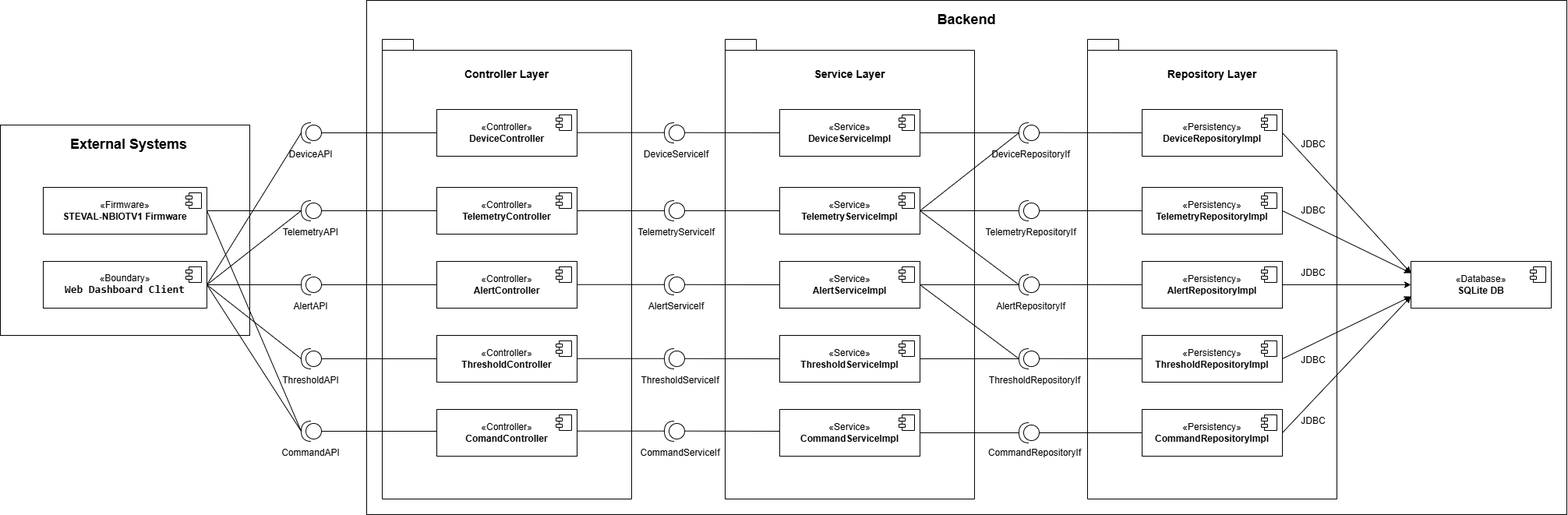
Above: Iterazione1/ComponentDiagram_v0.png in rob-bra/iot-sys (draw.io), before the change. Source tidied: cells renumbered, new cells last; positions are measured from the earlier drawing's top-left corner, leaving out a move shared by most shapes.
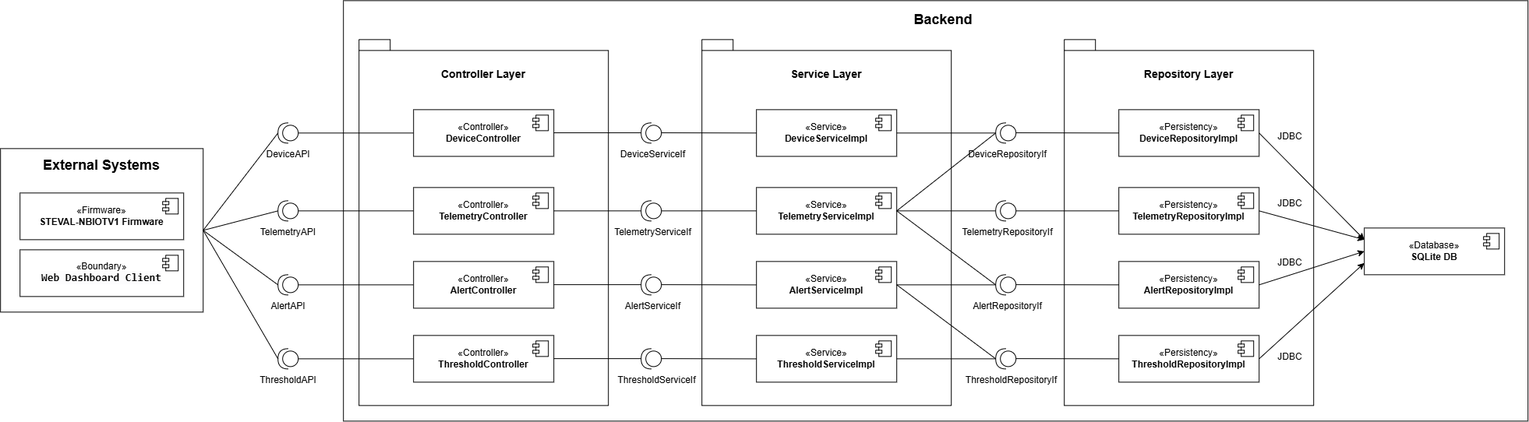
After the change.

Change to the diagram source:
```diff
@@ -3,10 +3,10 @@
     <mxCell id="0" />
     <mxCell id="1" parent="0" />
     <mxCell id="2" style="html=1;whiteSpace=wrap;align=center;" parent="1" vertex="1">
-      <mxGeometry x="470" width="1540" height="660" as="geometry" />
+      <mxGeometry x="470" width="1520" height="540" as="geometry" />
     </mxCell>
     <mxCell id="3" style="shape=folder;fontStyle=1;spacingTop=10;tabWidth=40;tabHeight=14;tabPosition=left;html=1;whiteSpace=wrap;" parent="1" vertex="1">
-      <mxGeometry x="490" y="50" width="320" height="590" as="geometry" />
+      <mxGeometry x="490" y="50" width="320" height="470" as="geometry" />
     </mxCell>
     <mxCell id="4" value="&lt;font style=&quot;font-size: 14px;&quot;&gt;Controller Layer&lt;/font&gt;" style="text;html=1;whiteSpace=wrap;strokeColor=none;fillColor=none;align=center;verticalAlign=middle;rounded=0;fontStyle=1;" parent="1" vertex="1">
       <mxGeometry x="590" y="80" width="120" height="30" as="geometry" />
@@ -27,14 +27,6 @@
         <mxPoint x="-27" y="7" as="offset" />
       </mxGeometry>
     </mxCell>
-    <mxCell id="9" value="&lt;div&gt;«Controller»&lt;/div&gt;&lt;b&gt;ComandController&lt;/b&gt;" style="html=1;whiteSpace=wrap;" parent="1" vertex="1">
-      <mxGeometry x="560" y="525" width="180" height="60" as="geometry" />
-    </mxCell>
-    <mxCell id="10" style="shape=module;jettyWidth=8;jettyHeight=4;" parent="9" vertex="1">
-      <mxGeometry x="1" width="20" height="20" relative="1" as="geometry">
-        <mxPoint x="-27" y="7" as="offset" />
-      </mxGeometry>
-    </mxCell>
     <mxCell id="11" value="&lt;div&gt;«Controller»&lt;/div&gt;&lt;b&gt;ThresholdController&lt;/b&gt;" style="html=1;whiteSpace=wrap;" parent="1" vertex="1">
       <mxGeometry x="560" y="430" width="180" height="60" as="geometry" />
     </mxCell>
@@ -52,7 +44,7 @@
       </mxGeometry>
     </mxCell>
     <mxCell id="15" style="shape=folder;fontStyle=1;spacingTop=10;tabWidth=40;tabHeight=14;tabPosition=left;html=1;whiteSpace=wrap;" parent="1" vertex="1">
-      <mxGeometry x="930" y="50" width="320" height="590" as="geometry" />
+      <mxGeometry x="930" y="50" width="320" height="470" as="geometry" />
     </mxCell>
     <mxCell id="16" value="&lt;div&gt;«Service»&lt;/div&gt;&lt;b&gt;TelemetryServiceImpl&lt;/b&gt;" style="html=1;whiteSpace=wrap;" parent="1" vertex="1">
       <mxGeometry x="1000" y="240" width="180" height="60" as="geometry" />
@@ -70,14 +62,6 @@
         <mxPoint x="-27" y="7" as="offset" />
       </mxGeometry>
     </mxCell>
-    <mxCell id="20" value="&lt;div&gt;«Service»&lt;/div&gt;&lt;b&gt;CommandServiceImpl&lt;/b&gt;" style="html=1;whiteSpace=wrap;" parent="1" vertex="1">
-      <mxGeometry x="1000" y="525" width="180" height="60" as="geometry" />
-    </mxCell>
-    <mxCell id="21" style="shape=module;jettyWidth=8;jettyHeight=4;" parent="20" vertex="1">
-      <mxGeometry x="1" width="20" height="20" relative="1" as="geometry">
-        <mxPoint x="-27" y="7" as="offset" />
-      </mxGeometry>
-    </mxCell>
     <mxCell id="22" value="&lt;div&gt;«Service»&lt;/div&gt;&lt;b&gt;ThresholdServiceImpl&lt;/b&gt;" style="html=1;whiteSpace=wrap;" parent="1" vertex="1">
       <mxGeometry x="1000" y="430" width="180" height="60" as="geometry" />
     </mxCell>
@@ -98,7 +82,7 @@
       <mxGeometry x="1030" y="80" width="120" height="30" as="geometry" />
     </mxCell>
     <mxCell id="27" style="shape=folder;fontStyle=1;spacingTop=10;tabWidth=40;tabHeight=14;tabPosition=left;html=1;whiteSpace=wrap;" parent="1" vertex="1">
-      <mxGeometry x="1395" y="50" width="320" height="590" as="geometry" />
+      <mxGeometry x="1395" y="50" width="320" height="470" as="geometry" />
     </mxCell>
     <mxCell id="28" value="&lt;div&gt;«Persistency»&lt;/div&gt;&lt;b&gt;TelemetryRepositoryImpl&lt;/b&gt;" style="html=1;whiteSpace=wrap;" parent="1" vertex="1">
       <mxGeometry x="1465" y="240" width="180" height="60" as="geometry" />
@@ -116,14 +100,6 @@
         <mxPoint x="-27" y="7" as="offset" />
       </mxGeometry>
     </mxCell>
-    <mxCell id="32" value="&lt;div&gt;«Persistency»&lt;/div&gt;&lt;b&gt;CommandRepositoryImpl&lt;/b&gt;" style="html=1;whiteSpace=wrap;" parent="1" vertex="1">
-      <mxGeometry x="1465" y="525" width="180" height="60" as="geometry" />
-    </mxCell>
-    <mxCell id="33" style="shape=module;jettyWidth=8;jettyHeight=4;" parent="32" vertex="1">
-      <mxGeometry x="1" width="20" height="20" relative="1" as="geometry">
-        <mxPoint x="-27" y="7" as="offset" />
-      </mxGeometry>
-    </mxCell>
     <mxCell id="34" value="&lt;div&gt;«Persistency»&lt;/div&gt;&lt;b&gt;ThresholdRepositoryImpl&lt;/b&gt;" style="html=1;whiteSpace=wrap;" parent="1" vertex="1">
       <mxGeometry x="1465" y="430" width="180" height="60" as="geometry" />
     </mxCell>
@@ -172,24 +148,6 @@
     <mxCell id="46" value="Device&lt;span style=&quot;background-color: transparent; color: light-dark(rgb(0, 0, 0), rgb(255, 255, 255));&quot;&gt;ServiceIf&lt;/span&gt;" style="text;html=1;whiteSpace=wrap;strokeColor=none;fillColor=none;align=center;verticalAlign=middle;rounded=0;" parent="1" vertex="1">
       <mxGeometry x="835" y="183" width="65" height="30" as="geometry" />
     </mxCell>
-    <mxCell id="47" style="shape=providedRequiredInterface;html=1;verticalLabelPosition=bottom;sketch=0;rotation=-180;strokeWidth=1;fontSize=12;" parent="1" vertex="1">
-      <mxGeometry x="852" y="540" width="26" height="26" as="geometry" />
-    </mxCell>
-    <mxCell id="48" style="endArrow=none;html=1;rounded=0;entryX=0;entryY=0.5;entryDx=0;entryDy=0;" parent="1" edge="1">
-      <mxGeometry relative="1" as="geometry">
-        <mxPoint x="878" y="552.7" as="sourcePoint" />
-        <mxPoint x="1000" y="553" as="targetPoint" />
-      </mxGeometry>
-    </mxCell>
-    <mxCell id="49" style="endArrow=none;html=1;rounded=0;entryX=1;entryY=0.5;entryDx=0;entryDy=0;entryPerimeter=0;exitX=1;exitY=0.5;exitDx=0;exitDy=0;" parent="1" edge="1">
-      <mxGeometry relative="1" as="geometry">
-        <mxPoint x="740" y="552.7" as="sourcePoint" />
-        <mxPoint x="852" y="552.7" as="targetPoint" />
-      </mxGeometry>
-    </mxCell>
-    <mxCell id="50" value="&lt;span style=&quot;background-color: transparent; color: light-dark(rgb(0, 0, 0), rgb(255, 255, 255));&quot;&gt;Command&lt;/span&gt;&lt;span style=&quot;background-color: transparent; color: light-dark(rgb(0, 0, 0), rgb(255, 255, 255));&quot;&gt;ServiceIf&lt;/span&gt;" style="text;html=1;whiteSpace=wrap;strokeColor=none;fillColor=none;align=center;verticalAlign=middle;rounded=0;" parent="1" vertex="1">
-      <mxGeometry x="835" y="566" width="75" height="30" as="geometry" />
-    </mxCell>
     <mxCell id="51" style="shape=providedRequiredInterface;html=1;verticalLabelPosition=bottom;sketch=0;rotation=-180;strokeWidth=1;fontSize=12;" parent="1" vertex="1">
       <mxGeometry x="852" y="447" width="26" height="26" as="geometry" />
     </mxCell>
@@ -252,18 +210,6 @@
     <mxCell id="66" value="DeviceRepository&lt;span style=&quot;background-color: transparent; color: light-dark(rgb(0, 0, 0), rgb(255, 255, 255));&quot;&gt;If&lt;/span&gt;" style="text;html=1;whiteSpace=wrap;strokeColor=none;fillColor=none;align=center;verticalAlign=middle;rounded=0;" parent="1" vertex="1">
       <mxGeometry x="1290" y="183" width="65" height="30" as="geometry" />
     </mxCell>
-    <mxCell id="67" style="shape=providedRequiredInterface;html=1;verticalLabelPosition=bottom;sketch=0;rotation=-180;strokeWidth=1;fontSize=12;" parent="1" vertex="1">
-      <mxGeometry x="1307" y="542" width="26" height="26" as="geometry" />
-    </mxCell>
-    <mxCell id="68" style="endArrow=none;html=1;rounded=0;entryX=0;entryY=0.5;entryDx=0;entryDy=0;exitX=0;exitY=0.5;exitDx=0;exitDy=0;exitPerimeter=0;" parent="1" edge="1" source="67" target="32">
-      <mxGeometry relative="1" as="geometry" />
-    </mxCell>
-    <mxCell id="69" style="endArrow=none;html=1;rounded=0;exitX=1;exitY=0.5;exitDx=0;exitDy=0;entryX=1;entryY=0.5;entryDx=0;entryDy=0;entryPerimeter=0;" parent="1" edge="1" source="20" target="67">
-      <mxGeometry relative="1" as="geometry" />
-    </mxCell>
-    <mxCell id="70" value="&lt;span style=&quot;background-color: transparent; color: light-dark(rgb(0, 0, 0), rgb(255, 255, 255));&quot;&gt;CommandRepository&lt;/span&gt;&lt;span style=&quot;background-color: transparent; color: light-dark(rgb(0, 0, 0), rgb(255, 255, 255));&quot;&gt;If&lt;/span&gt;" style="text;html=1;whiteSpace=wrap;strokeColor=none;fillColor=none;align=center;verticalAlign=middle;rounded=0;" parent="1" vertex="1">
-      <mxGeometry x="1290" y="566" width="75" height="30" as="geometry" />
-    </mxCell>
     <mxCell id="71" style="shape=providedRequiredInterface;html=1;verticalLabelPosition=bottom;sketch=0;rotation=-180;strokeWidth=1;fontSize=12;" parent="1" vertex="1">
       <mxGeometry x="1307" y="447" width="26" height="26" as="geometry" />
     </mxCell>
@@ -302,7 +248,7 @@
       <mxGeometry relative="1" as="geometry" />
     </mxCell>
     <mxCell id="82" value="&lt;div&gt;«Database»&lt;/div&gt;&lt;b&gt;SQLite DB&lt;/b&gt;" style="html=1;whiteSpace=wrap;" parent="1" vertex="1">
-      <mxGeometry x="1810" y="335" width="180" height="60" as="geometry" />
+      <mxGeometry x="1780" y="292" width="180" height="60" as="geometry" />
     </mxCell>
     <mxCell id="83" style="shape=module;jettyWidth=8;jettyHeight=4;" parent="82" vertex="1">
       <mxGeometry x="1" width="20" height="20" relative="1" as="geometry">
@@ -321,35 +267,29 @@
     <mxCell id="87" style="endArrow=classic;html=1;rounded=0;exitX=1;exitY=0.5;exitDx=0;exitDy=0;entryX=0;entryY=0.75;entryDx=0;entryDy=0;" parent="1" edge="1" source="34" target="82">
       <mxGeometry relative="1" as="geometry" />
     </mxCell>
-    <mxCell id="88" style="endArrow=classic;html=1;rounded=0;exitX=1;exitY=0.5;exitDx=0;exitDy=0;entryX=0;entryY=0.75;entryDx=0;entryDy=0;" parent="1" edge="1" source="32" target="82">
-      <mxGeometry relative="1" as="geometry" />
-    </mxCell>
     <mxCell id="89" value="JDBC" style="text;html=1;whiteSpace=wrap;strokeColor=none;fillColor=none;align=center;verticalAlign=middle;rounded=0;" parent="1" vertex="1">
-      <mxGeometry x="1655" y="170" width="60" height="30" as="geometry" />
+      <mxGeometry x="1655" y="160" width="60" height="30" as="geometry" />
     </mxCell>
-    <mxCell id="90" value="JDBC" style="text;html=1;whiteSpace=wrap;strokeColor=none;fillColor=none;align=center;verticalAlign=middle;rounded=0;" parent="1" vertex="1">
-      <mxGeometry x="1655" y="525" width="60" height="30" as="geometry" />
-    </mxCell>
     <mxCell id="91" value="JDBC" style="text;html=1;whiteSpace=wrap;strokeColor=none;fillColor=none;align=center;verticalAlign=middle;rounded=0;" parent="1" vertex="1">
-      <mxGeometry x="1655" y="447" width="60" height="30" as="geometry" />
+      <mxGeometry x="1655" y="443" width="60" height="30" as="geometry" />
     </mxCell>
     <mxCell id="92" value="JDBC" style="text;html=1;whiteSpace=wrap;strokeColor=none;fillColor=none;align=center;verticalAlign=middle;rounded=0;" parent="1" vertex="1">
-      <mxGeometry x="1655" y="255" width="60" height="30" as="geometry" />
+      <mxGeometry x="1655" y="246" width="60" height="30" as="geometry" />
     </mxCell>
     <mxCell id="93" value="JDBC" style="text;html=1;whiteSpace=wrap;strokeColor=none;fillColor=none;align=center;verticalAlign=middle;rounded=0;" parent="1" vertex="1">
-      <mxGeometry x="1655" y="335" width="60" height="30" as="geometry" />
+      <mxGeometry x="1655" y="322" width="60" height="30" as="geometry" />
     </mxCell>
     <mxCell id="94" value="&lt;font style=&quot;font-size: 18px;&quot;&gt;&lt;b&gt;Backend&lt;/b&gt;&lt;/font&gt;" style="text;html=1;whiteSpace=wrap;strokeColor=none;fillColor=none;align=center;verticalAlign=middle;rounded=0;" parent="1" vertex="1">
       <mxGeometry x="1210" y="10" width="60" height="30" as="geometry" />
     </mxCell>
     <mxCell id="95" style="rounded=0;whiteSpace=wrap;html=1;" parent="1" vertex="1">
-      <mxGeometry y="160" width="320" height="270" as="geometry" />
+      <mxGeometry x="30" y="190" width="260" height="210" as="geometry" />
     </mxCell>
     <mxCell id="96" value="&lt;font style=&quot;font-size: 18px;&quot;&gt;&lt;b&gt;External Systems&lt;/b&gt;&lt;/font&gt;" style="text;html=1;whiteSpace=wrap;strokeColor=none;fillColor=none;align=center;verticalAlign=middle;rounded=0;" parent="1" vertex="1">
-      <mxGeometry x="80" y="170" width="170" height="30" as="geometry" />
+      <mxGeometry x="75" y="197" width="170" height="30" as="geometry" />
     </mxCell>
     <mxCell id="97" value="&lt;div&gt;«Boundary»&lt;/div&gt;&lt;span style=&quot;color: rgb(0, 0, 0); font-family: monospace, monospace; font-size: 14px; text-align: start; background-color: rgb(252, 252, 253);&quot;&gt;&lt;b&gt;Web &lt;/b&gt;&lt;b&gt;Dashboard Client&lt;/b&gt;&lt;/span&gt;" style="html=1;whiteSpace=wrap;" parent="1" vertex="1">
-      <mxGeometry x="55" y="335" width="210" height="60" as="geometry" />
+      <mxGeometry x="55" y="320" width="210" height="60" as="geometry" />
     </mxCell>
     <mxCell id="98" style="shape=module;jettyWidth=8;jettyHeight=4;" parent="97" vertex="1">
       <mxGeometry x="1" width="20" height="20" relative="1" as="geometry">
@@ -357,7 +297,7 @@
       </mxGeometry>
     </mxCell>
     <mxCell id="99" value="&lt;div&gt;«Firmware»&lt;/div&gt;&lt;b&gt;STEVAL-NBIOTV1 Firmware&lt;/b&gt;" style="html=1;whiteSpace=wrap;" parent="1" vertex="1">
-      <mxGeometry x="55" y="240" width="210" height="60" as="geometry" />
+      <mxGeometry x="55" y="247" width="210" height="60" as="geometry" />
     </mxCell>
     <mxCell id="100" style="shape=module;jettyWidth=8;jettyHeight=4;" parent="99" vertex="1">
       <mxGeometry x="1" width="20" height="20" relative="1" as="geometry">
@@ -408,37 +348,17 @@
     <mxCell id="112" value="ThresholdAPI" style="text;html=1;whiteSpace=wrap;strokeColor=none;fillColor=none;align=center;verticalAlign=middle;rounded=0;" parent="1" vertex="1">
       <mxGeometry x="366.5" y="473" width="65" height="30" as="geometry" />
     </mxCell>
-    <mxCell id="113" style="shape=providedRequiredInterface;html=1;verticalLabelPosition=bottom;sketch=0;rotation=-180;strokeWidth=1;fontSize=12;" parent="1" vertex="1">
-      <mxGeometry x="386" y="540" width="26" height="26" as="geometry" />
-    </mxCell>
-    <mxCell id="114" style="endArrow=none;html=1;rounded=0;entryX=0;entryY=0.5;entryDx=0;entryDy=0;exitX=0;exitY=0.5;exitDx=0;exitDy=0;exitPerimeter=0;" parent="1" edge="1" source="113">
-      <mxGeometry relative="1" as="geometry">
-        <mxPoint x="560" y="553" as="targetPoint" />
-      </mxGeometry>
-    </mxCell>
-    <mxCell id="115" value="CommandAPI" style="text;html=1;whiteSpace=wrap;strokeColor=none;fillColor=none;align=center;verticalAlign=middle;rounded=0;" parent="1" vertex="1">
-      <mxGeometry x="366.5" y="566" width="65" height="30" as="geometry" />
-    </mxCell>
-    <mxCell id="116" style="endArrow=none;html=1;rounded=0;exitX=1;exitY=0.5;exitDx=0;exitDy=0;entryX=1;entryY=0.5;entryDx=0;entryDy=0;entryPerimeter=0;" parent="1" edge="1" source="99" target="113">
-      <mxGeometry relative="1" as="geometry" />
-    </mxCell>
-    <mxCell id="117" style="endArrow=none;html=1;rounded=0;exitX=1;exitY=0.5;exitDx=0;exitDy=0;entryX=1;entryY=0.5;entryDx=0;entryDy=0;entryPerimeter=0;" parent="1" edge="1" source="99" target="104">
-      <mxGeometry relative="1" as="geometry" />
-    </mxCell>
-    <mxCell id="118" style="endArrow=none;html=1;rounded=0;exitX=1;exitY=0.5;exitDx=0;exitDy=0;entryX=1;entryY=0.5;entryDx=0;entryDy=0;entryPerimeter=0;" parent="1" edge="1" source="97" target="101">
+    <mxCell id="118" style="endArrow=none;html=1;rounded=0;exitX=1;exitY=0.5;exitDx=0;exitDy=0;entryX=1;entryY=0.5;entryDx=0;entryDy=0;entryPerimeter=0;" parent="1" edge="1" source="95" target="101">
       <mxGeometry relative="1" as="geometry" />
     </mxCell>
-    <mxCell id="119" style="endArrow=none;html=1;rounded=0;exitX=1;exitY=0.5;exitDx=0;exitDy=0;entryX=1;entryY=0.5;entryDx=0;entryDy=0;entryPerimeter=0;" parent="1" edge="1" source="97" target="104">
+    <mxCell id="119" style="endArrow=none;html=1;rounded=0;exitX=1;exitY=0.5;exitDx=0;exitDy=0;entryX=1;entryY=0.5;entryDx=0;entryDy=0;entryPerimeter=0;" parent="1" edge="1" source="95" target="104">
       <mxGeometry relative="1" as="geometry" />
     </mxCell>
-    <mxCell id="120" style="endArrow=none;html=1;rounded=0;exitX=1;exitY=0.5;exitDx=0;exitDy=0;entryX=1;entryY=0.5;entryDx=0;entryDy=0;entryPerimeter=0;" parent="1" edge="1" source="97" target="107">
+    <mxCell id="120" style="endArrow=none;html=1;rounded=0;exitX=1;exitY=0.5;exitDx=0;exitDy=0;entryX=1;entryY=0.5;entryDx=0;entryDy=0;entryPerimeter=0;" parent="1" edge="1" source="95" target="107">
       <mxGeometry relative="1" as="geometry" />
     </mxCell>
-    <mxCell id="121" style="endArrow=none;html=1;rounded=0;exitX=1;exitY=0.5;exitDx=0;exitDy=0;entryX=1;entryY=0.5;entryDx=0;entryDy=0;entryPerimeter=0;" parent="1" edge="1" source="97" target="110">
+    <mxCell id="121" style="endArrow=none;html=1;rounded=0;exitX=1;exitY=0.5;exitDx=0;exitDy=0;entryX=1;entryY=0.5;entryDx=0;entryDy=0;entryPerimeter=0;" parent="1" edge="1" source="95" target="110">
       <mxGeometry relative="1" as="geometry" />
     </mxCell>
-    <mxCell id="122" style="endArrow=none;html=1;rounded=0;exitX=1;exitY=0.5;exitDx=0;exitDy=0;entryX=1;entryY=0.5;entryDx=0;entryDy=0;entryPerimeter=0;" parent="1" edge="1" source="97" target="113">
-      <mxGeometry relative="1" as="geometry" />
-    </mxCell>
   </root>
 </mxGraphModel>
```
